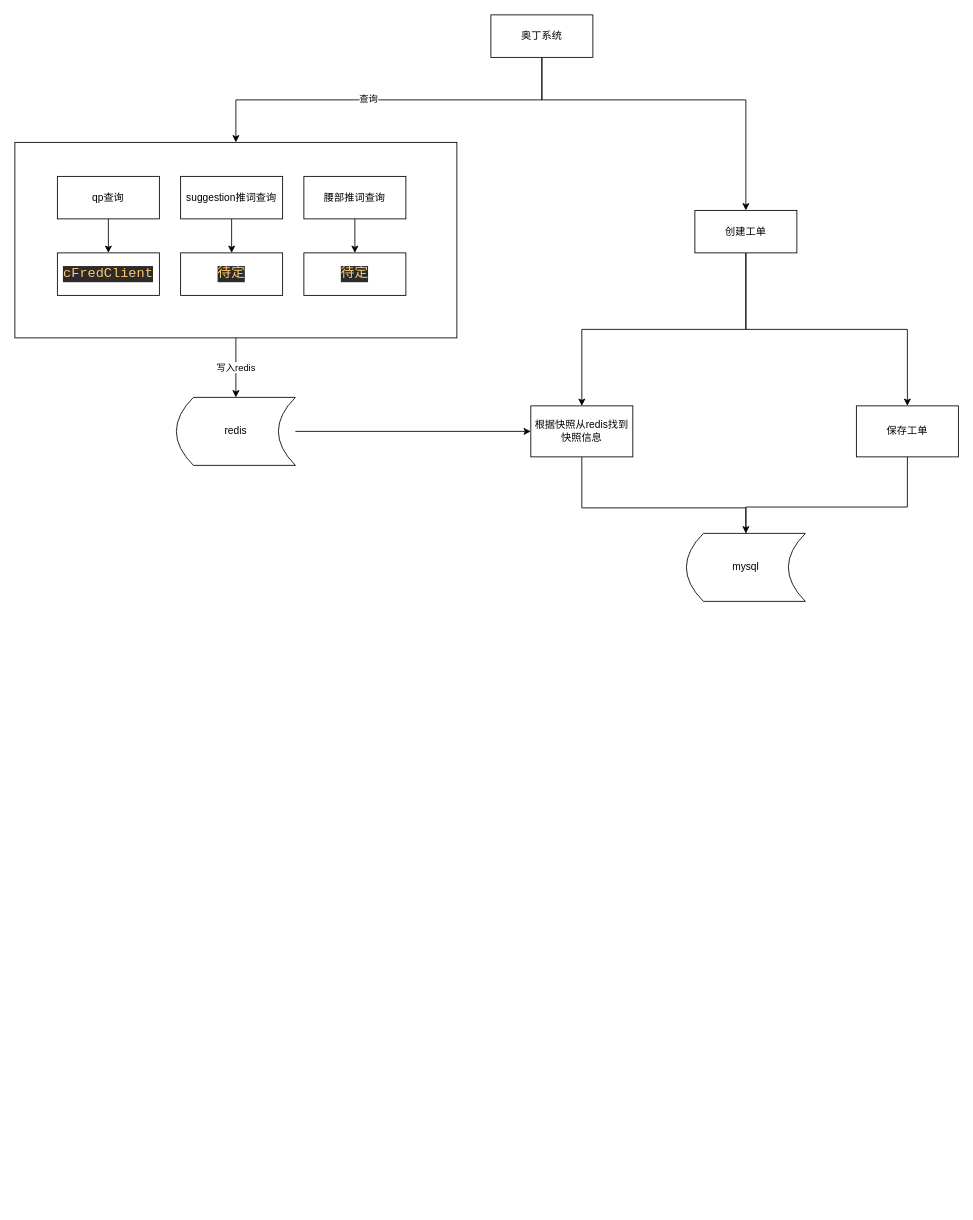
This is AD-ano-2079 QP、Suggest、腰部推词查询.drawio from flyfeifeiba/pdd-diagram, a draw.io file, before an edit. Source tidied: cells renumbered, new cells numbered last; positions are measured from the earlier drawing's top-left corner, leaving out a move shared by most shapes. Both pictures are drawn from the tidied source at 85%, with x=0, y=0 at pixel (14, 14).
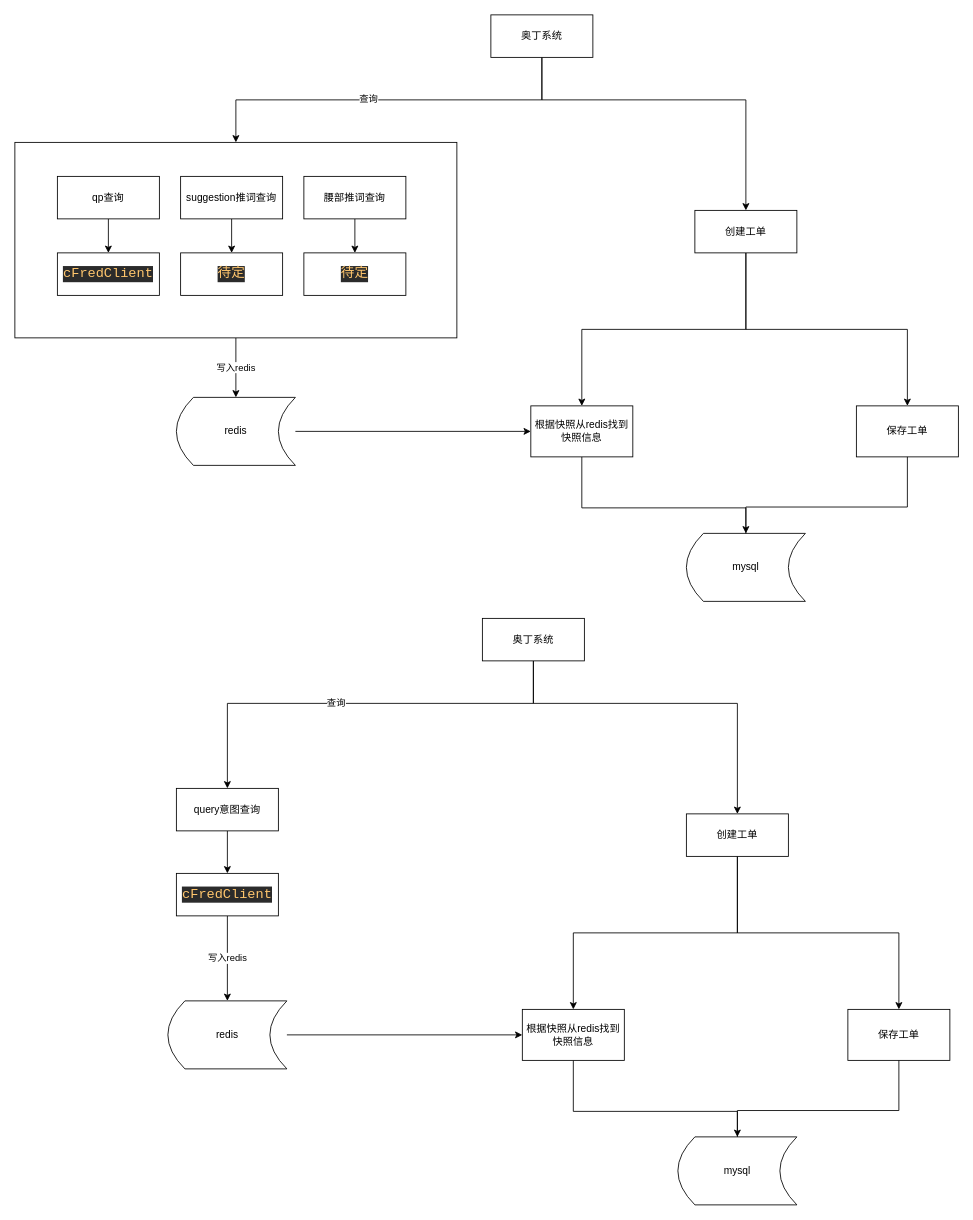
Above is the later version.

Commit message:
Update AD-ano-2079 QP、Suggest、腰部推词查询.drawio

The edit, as a diff of the source:
```diff
@@
+    <mxCell id="27" value="写入redis" style="edgeStyle=orthogonalEdgeStyle;rounded=0;jettySize=auto;html=1;" parent="1" edge="1" source="34" target="36">
+      <mxGeometry relative="1" as="geometry" />
+    </mxCell>
+    <mxCell id="28" style="edgeStyle=orthogonalEdgeStyle;rounded=0;jettySize=auto;html=1;exitX=0.5;exitY=1;exitDx=0;exitDy=0;entryX=0.5;entryY=0;entryDx=0;entryDy=0;" parent="1" edge="1" source="31" target="33">
+      <mxGeometry relative="1" as="geometry">
+        <Array as="points">
+          <mxPoint x="610" y="810" />
+          <mxPoint x="250" y="810" />
+        </Array>
+      </mxGeometry>
+    </mxCell>
+    <mxCell id="29" value="查询" style="edgeLabel;html=1;align=center;verticalAlign=middle;" parent="28" vertex="1">
+      <mxGeometry x="0.11" y="-2" relative="1" as="geometry" />
+    </mxCell>
+    <mxCell id="30" style="edgeStyle=orthogonalEdgeStyle;rounded=0;jettySize=auto;html=1;exitX=0.5;exitY=1;exitDx=0;exitDy=0;entryX=0.5;entryY=0;entryDx=0;entryDy=0;" parent="1" edge="1" source="31" target="39">
+      <mxGeometry relative="1" as="geometry">
+        <Array as="points">
+          <mxPoint x="610" y="810" />
+          <mxPoint x="850" y="810" />
+        </Array>
+      </mxGeometry>
+    </mxCell>
+    <mxCell id="31" value="奥丁系统" style="rounded=0;whiteSpace=wrap;html=1;" parent="1" vertex="1">
+      <mxGeometry x="550" y="710" width="120" height="50" as="geometry" />
+    </mxCell>
+    <mxCell id="32" style="edgeStyle=orthogonalEdgeStyle;rounded=0;jettySize=auto;html=1;" parent="1" edge="1" source="33" target="34">
+      <mxGeometry relative="1" as="geometry" />
+    </mxCell>
+    <mxCell id="33" value="query意图查询" style="rounded=0;whiteSpace=wrap;html=1;" parent="1" vertex="1">
+      <mxGeometry x="190" y="910" width="120" height="50" as="geometry" />
+    </mxCell>
+    <mxCell id="34" value="&lt;pre style=&quot;background-color: #2b2b2b ; color: #a9b7c6 ; font-family: &amp;#34;consolas&amp;#34; ; font-size: 12.0pt&quot;&gt;&lt;span style=&quot;color: #ffc66d&quot;&gt;cFredClient&lt;/span&gt;&lt;/pre&gt;" style="rounded=0;whiteSpace=wrap;html=1;" parent="1" vertex="1">
+      <mxGeometry x="190" y="1010" width="120" height="50" as="geometry" />
+    </mxCell>
+    <mxCell id="35" style="edgeStyle=orthogonalEdgeStyle;rounded=0;jettySize=auto;html=1;entryX=0;entryY=0.5;entryDx=0;entryDy=0;" parent="1" edge="1" source="36" target="41">
+      <mxGeometry relative="1" as="geometry" />
+    </mxCell>
+    <mxCell id="36" value="redis" style="shape=dataStorage;whiteSpace=wrap;html=1;fixedSize=1;" parent="1" vertex="1">
+      <mxGeometry x="180" y="1160" width="140" height="80" as="geometry" />
+    </mxCell>
+    <mxCell id="37" style="edgeStyle=orthogonalEdgeStyle;rounded=0;jettySize=auto;html=1;exitX=0.5;exitY=1;exitDx=0;exitDy=0;" parent="1" edge="1" source="39" target="41">
+      <mxGeometry relative="1" as="geometry" />
+    </mxCell>
+    <mxCell id="38" style="edgeStyle=orthogonalEdgeStyle;rounded=0;jettySize=auto;html=1;exitX=0.5;exitY=1;exitDx=0;exitDy=0;" parent="1" edge="1" source="39" target="43">
+      <mxGeometry relative="1" as="geometry" />
+    </mxCell>
+    <mxCell id="39" value="创建工单" style="rounded=0;whiteSpace=wrap;html=1;" parent="1" vertex="1">
+      <mxGeometry x="790" y="940" width="120" height="50" as="geometry" />
+    </mxCell>
+    <mxCell id="40" style="edgeStyle=orthogonalEdgeStyle;rounded=0;jettySize=auto;html=1;exitX=0.5;exitY=1;exitDx=0;exitDy=0;" parent="1" edge="1" source="41" target="44">
+      <mxGeometry relative="1" as="geometry">
+        <Array as="points">
+          <mxPoint x="657" y="1290" />
+          <mxPoint x="850" y="1290" />
+        </Array>
+      </mxGeometry>
+    </mxCell>
+    <mxCell id="41" value="根据快照从redis找到快照信息" style="whiteSpace=wrap;html=1;" parent="1" vertex="1">
+      <mxGeometry x="597" y="1170" width="120" height="60" as="geometry" />
+    </mxCell>
+    <mxCell id="42" style="edgeStyle=orthogonalEdgeStyle;rounded=0;orthogonalLoop=1;jettySize=auto;html=1;exitX=0.5;exitY=1;exitDx=0;exitDy=0;entryX=0.5;entryY=0;entryDx=0;entryDy=0;" parent="1" edge="1">
+      <mxGeometry relative="1" as="geometry">
+        <mxPoint x="1040" y="1229" as="sourcePoint" />
+        <mxPoint x="850" y="1339" as="targetPoint" />
+        <Array as="points">
+          <mxPoint x="1040" y="1289" />
+          <mxPoint x="850" y="1289" />
+        </Array>
+      </mxGeometry>
+    </mxCell>
+    <mxCell id="43" value="保存工单" style="whiteSpace=wrap;html=1;" parent="1" vertex="1">
+      <mxGeometry x="980" y="1170" width="120" height="60" as="geometry" />
+    </mxCell>
+    <mxCell id="44" value="mysql" style="shape=dataStorage;whiteSpace=wrap;html=1;fixedSize=1;" parent="1" vertex="1">
+      <mxGeometry x="780" y="1320" width="140" height="80" as="geometry" />
+    </mxCell>
```
